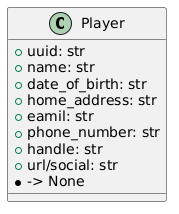
Above: designDocument/LaTeX/images/Class_Diagrams/Player Model Class.png in kiddiRU/Verk1_H1 (PlantUML), before the change.
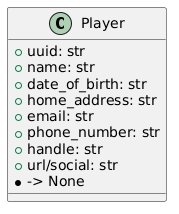
Above is the later version.

Commit message:
Update eamil -> email in 2 images

Diff of the diagram source:
```diff
@@ -4,7 +4,7 @@
  + name: str
  + date_of_birth: str
  + home_address: str
- + eamil: str
+ + email: str
  + phone_number: str
  + handle: str
  + url/social: str
```
